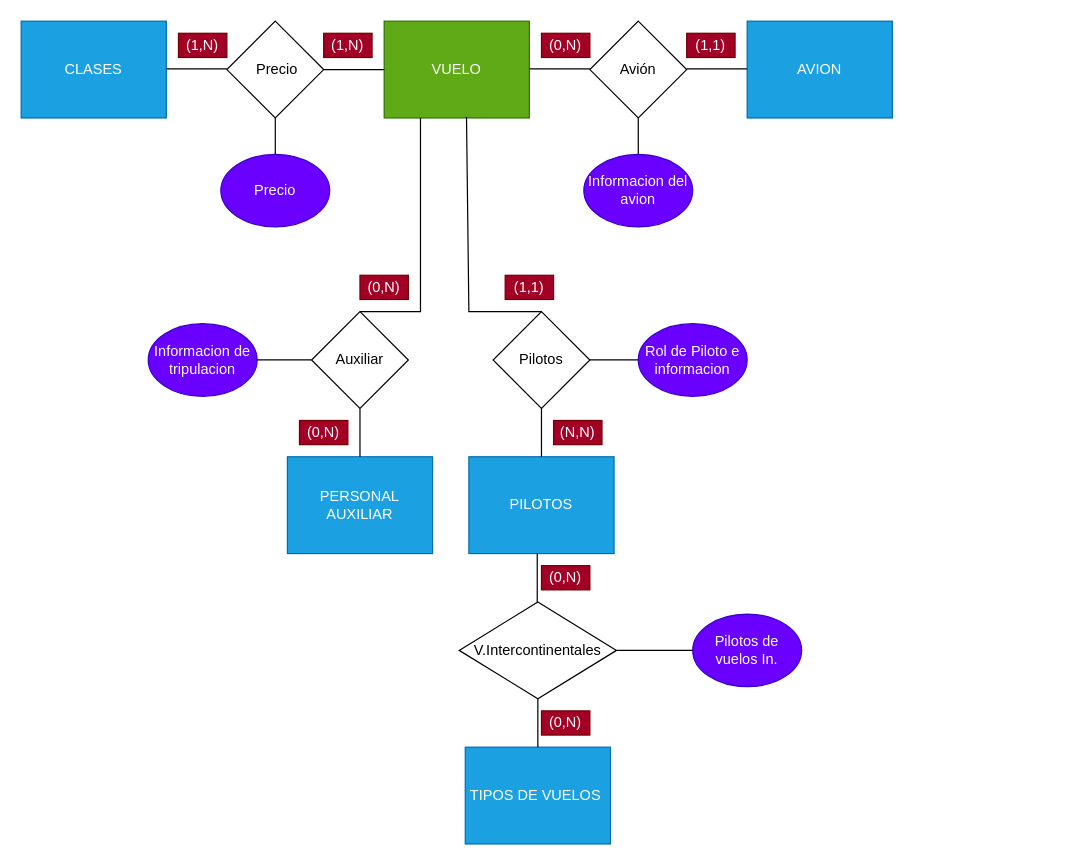
Before: EJERCICIO07.drawio in alfredosicre/BaseDatos, a draw.io diagram. Source tidied: cells renumbered, new cells numbered last; positions are measured from the earlier drawing's top-left corner, leaving out a move shared by most shapes. Both pictures are drawn from the tidied source at 121%, with x=0, y=0 at pixel (21, 21).
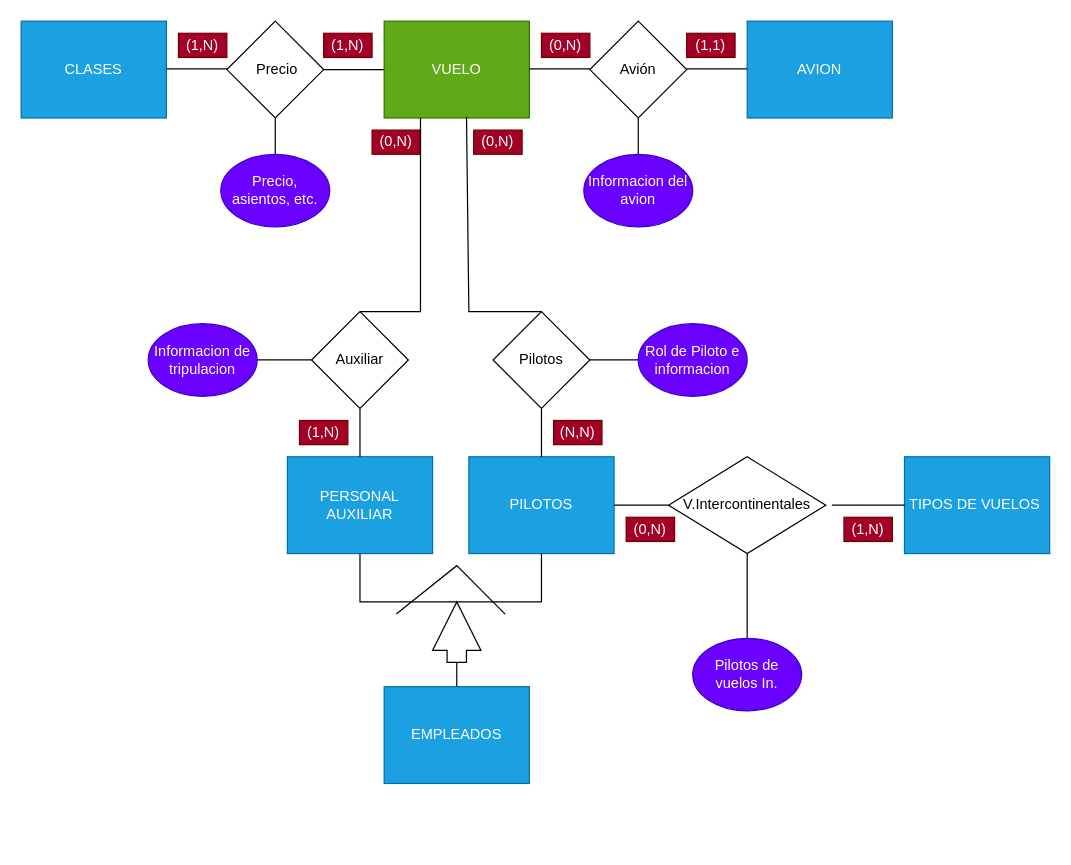
The same diagram, later.

Unchanged cells that the change refers to:
```xml
<mxCell id="15" value="PILOTOS" style="rounded=0;whiteSpace=wrap;html=1;fillColor=#1ba1e2;fontColor=#ffffff;strokeColor=#006EAF;" parent="1" vertex="1">
  <mxGeometry x="370" y="360" width="120" height="80" as="geometry" />
</mxCell>
<mxCell id="21" value="PERSONAL AUXILIAR" style="rounded=0;whiteSpace=wrap;html=1;fillColor=#1ba1e2;fontColor=#ffffff;strokeColor=#006EAF;" parent="1" vertex="1">
  <mxGeometry x="220" y="360" width="120" height="80" as="geometry" />
</mxCell>
```

Change to the diagram source:
```diff
@@
-    <mxCell id="19" value="(1,1)" style="rounded=0;whiteSpace=wrap;html=1;fillColor=#a20025;fontColor=#ffffff;strokeColor=#6F0000;" parent="1" vertex="1">
-      <mxGeometry x="400" y="210" width="40" height="20" as="geometry" />
+    <mxCell id="19" value="(0,N)" style="rounded=0;whiteSpace=wrap;html=1;fillColor=#a20025;fontColor=#ffffff;strokeColor=#6F0000;" parent="1" vertex="1">
+      <mxGeometry x="374" y="90" width="40" height="20" as="geometry" />
     </mxCell>
@@
     <mxCell id="24" value="(0,N)" style="rounded=0;whiteSpace=wrap;html=1;fillColor=#a20025;fontColor=#ffffff;strokeColor=#6F0000;" parent="1" vertex="1">
-      <mxGeometry x="280" y="210" width="40" height="20" as="geometry" />
+      <mxGeometry x="290" y="90" width="40" height="20" as="geometry" />
     </mxCell>
-    <mxCell id="25" value="(0,N)" style="rounded=0;whiteSpace=wrap;html=1;fillColor=#a20025;fontColor=#ffffff;strokeColor=#6F0000;" parent="1" vertex="1">
+    <mxCell id="25" value="(1,N)" style="rounded=0;whiteSpace=wrap;html=1;fillColor=#a20025;fontColor=#ffffff;strokeColor=#6F0000;" parent="1" vertex="1">
       <mxGeometry x="230" y="330" width="40" height="20" as="geometry" />
     </mxCell>
@@
     <mxCell id="27" value="TIPOS DE VUELOS&amp;nbsp;" style="rounded=0;whiteSpace=wrap;html=1;fillColor=#1ba1e2;fontColor=#ffffff;strokeColor=#006EAF;" parent="1" vertex="1">
-      <mxGeometry x="367" y="600" width="120" height="80" as="geometry" />
+      <mxGeometry x="730" y="360" width="120" height="80" as="geometry" />
     </mxCell>
     <mxCell id="28" value="V.Intercontinentales" style="rhombus;whiteSpace=wrap;html=1;" parent="1" vertex="1">
-      <mxGeometry x="362" y="480" width="130" height="80" as="geometry" />
+      <mxGeometry x="535" y="360" width="130" height="80" as="geometry" />
     </mxCell>
-    <mxCell id="29" style="endArrow=none;html=1;rounded=0;exitX=0.5;exitY=0;exitDx=0;exitDy=0;entryX=0.5;entryY=1;entryDx=0;entryDy=0;" parent="1" edge="1" source="27" target="28">
-      <mxGeometry relative="1" as="geometry" />
+    <mxCell id="29" style="endArrow=none;html=1;rounded=0;exitX=0;exitY=0.5;exitDx=0;exitDy=0;" parent="1" edge="1" source="27">
+      <mxGeometry relative="1" as="geometry">
+        <mxPoint x="670" y="400" as="targetPoint" />
+      </mxGeometry>
     </mxCell>
-    <mxCell id="30" style="endArrow=none;html=1;rounded=0;exitX=0.5;exitY=0;exitDx=0;exitDy=0;entryX=0.5;entryY=1;entryDx=0;entryDy=0;" parent="1" edge="1">
-      <mxGeometry relative="1" as="geometry">
-        <mxPoint x="426.5" y="480" as="sourcePoint" />
-        <mxPoint x="426.5" y="440" as="targetPoint" />
-      </mxGeometry>
+    <mxCell id="30" style="endArrow=none;html=1;rounded=0;exitX=0;exitY=0.5;exitDx=0;exitDy=0;entryX=1;entryY=0.5;entryDx=0;entryDy=0;" parent="1" edge="1" source="28" target="15">
+      <mxGeometry relative="1" as="geometry" />
     </mxCell>
     <mxCell id="31" value="(0,N)" style="rounded=0;whiteSpace=wrap;html=1;fillColor=#a20025;fontColor=#ffffff;strokeColor=#6F0000;" parent="1" vertex="1">
-      <mxGeometry x="430" y="450" width="40" height="20" as="geometry" />
+      <mxGeometry x="500" y="410" width="40" height="20" as="geometry" />
     </mxCell>
-    <mxCell id="32" value="(0,N)" style="rounded=0;whiteSpace=wrap;html=1;fillColor=#a20025;fontColor=#ffffff;strokeColor=#6F0000;" parent="1" vertex="1">
-      <mxGeometry x="430" y="570" width="40" height="20" as="geometry" />
+    <mxCell id="32" value="(1,N)" style="rounded=0;whiteSpace=wrap;html=1;fillColor=#a20025;fontColor=#ffffff;strokeColor=#6F0000;" parent="1" vertex="1">
+      <mxGeometry x="680" y="410" width="40" height="20" as="geometry" />
     </mxCell>
@@
-    <mxCell id="35" value="Precio" style="ellipse;whiteSpace=wrap;html=1;fillColor=#6a00ff;fontColor=#ffffff;strokeColor=#3700CC;" parent="1" vertex="1">
+    <mxCell id="35" value="Precio, asientos, etc." style="ellipse;whiteSpace=wrap;html=1;fillColor=#6a00ff;fontColor=#ffffff;strokeColor=#3700CC;" parent="1" vertex="1">
       <mxGeometry x="165" y="110" width="90" height="60" as="geometry" />
     </mxCell>
@@
     <mxCell id="41" value="Pilotos de vuelos In." style="ellipse;whiteSpace=wrap;html=1;fillColor=#6a00ff;fontColor=#ffffff;strokeColor=#3700CC;" parent="1" vertex="1">
-      <mxGeometry x="555" y="490" width="90" height="60" as="geometry" />
+      <mxGeometry x="555" y="510" width="90" height="60" as="geometry" />
     </mxCell>
-    <mxCell id="42" style="endArrow=none;html=1;rounded=0;exitX=1;exitY=0.5;exitDx=0;exitDy=0;" parent="1" edge="1" source="28">
-      <mxGeometry relative="1" as="geometry">
-        <mxPoint x="555" y="520" as="targetPoint" />
-      </mxGeometry>
+    <mxCell id="42" style="endArrow=none;html=1;rounded=0;exitX=0.5;exitY=1;exitDx=0;exitDy=0;" parent="1" edge="1" source="28" target="41">
+      <mxGeometry relative="1" as="geometry" />
     </mxCell>
+    <mxCell id="43" value="EMPLEADOS" style="rounded=0;whiteSpace=wrap;html=1;fillColor=#1ba1e2;fontColor=#ffffff;strokeColor=#006EAF;" parent="1" vertex="1">
+      <mxGeometry x="300" y="550" width="120" height="80" as="geometry" />
+    </mxCell>
+    <mxCell id="44" style="endArrow=none;html=1;rounded=0;entryX=0.5;entryY=1;entryDx=0;entryDy=0;exitX=1;exitY=0.5;exitDx=0;exitDy=0;exitPerimeter=0;" parent="1" edge="1" source="46" target="21">
+      <mxGeometry relative="1" as="geometry">
+        <Array as="points">
+          <mxPoint x="280" y="480" />
+        </Array>
+      </mxGeometry>
+    </mxCell>
+    <mxCell id="45" style="endArrow=none;html=1;rounded=0;entryX=0.5;entryY=1;entryDx=0;entryDy=0;" parent="1" edge="1" target="15">
+      <mxGeometry relative="1" as="geometry">
+        <mxPoint x="360" y="480" as="sourcePoint" />
+        <Array as="points">
+          <mxPoint x="430" y="480" />
+        </Array>
+      </mxGeometry>
+    </mxCell>
+    <mxCell id="46" style="html=1;shadow=0;dashed=0;align=center;verticalAlign=middle;shape=mxgraph.arrows2.arrow;dy=0.6;dx=40;direction=south;notch=0;rotation=-180;" parent="1" vertex="1">
+      <mxGeometry x="340" y="480" width="40" height="50" as="geometry" />
+    </mxCell>
+    <mxCell id="47" style="endArrow=none;html=1;rounded=0;" parent="1" edge="1">
+      <mxGeometry relative="1" as="geometry">
+        <mxPoint x="400" y="490" as="sourcePoint" />
+        <mxPoint x="310" y="490" as="targetPoint" />
+        <Array as="points">
+          <mxPoint x="360" y="450" />
+        </Array>
+      </mxGeometry>
+    </mxCell>
+    <mxCell id="48" style="endArrow=none;html=1;rounded=0;entryX=0;entryY=0.5;entryDx=0;entryDy=0;entryPerimeter=0;" parent="1" edge="1" target="46">
+      <mxGeometry relative="1" as="geometry">
+        <mxPoint x="360" y="550" as="sourcePoint" />
+      </mxGeometry>
+    </mxCell>
```
